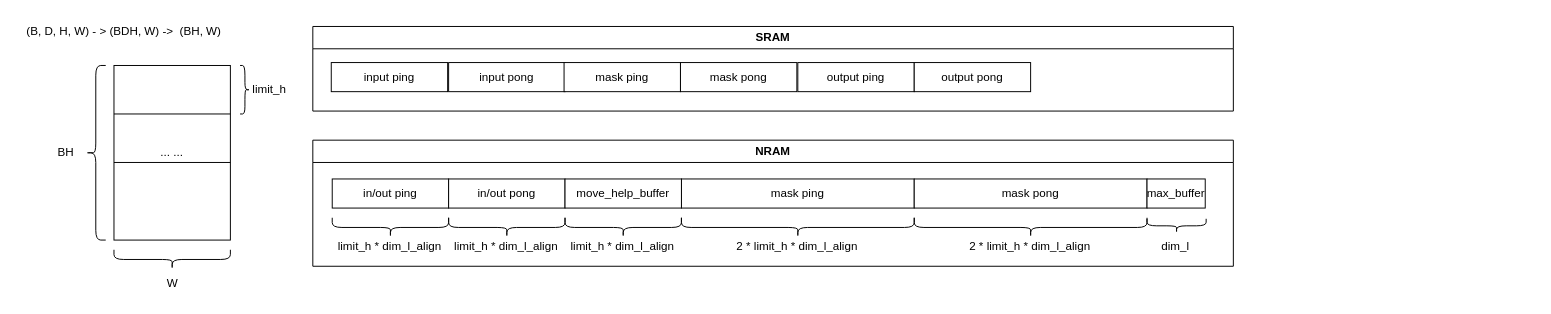
The draw.io diagram softmax_ram.drawio in GuoZhiBin2014/algorithm, before the edit. Source tidied: cells renumbered, new cells numbered last; positions are measured from the earlier drawing's top-left corner, leaving out a move shared by most shapes. Both pictures are drawn from the tidied source at 97%, with x=0, y=0 at pixel (16, 16).
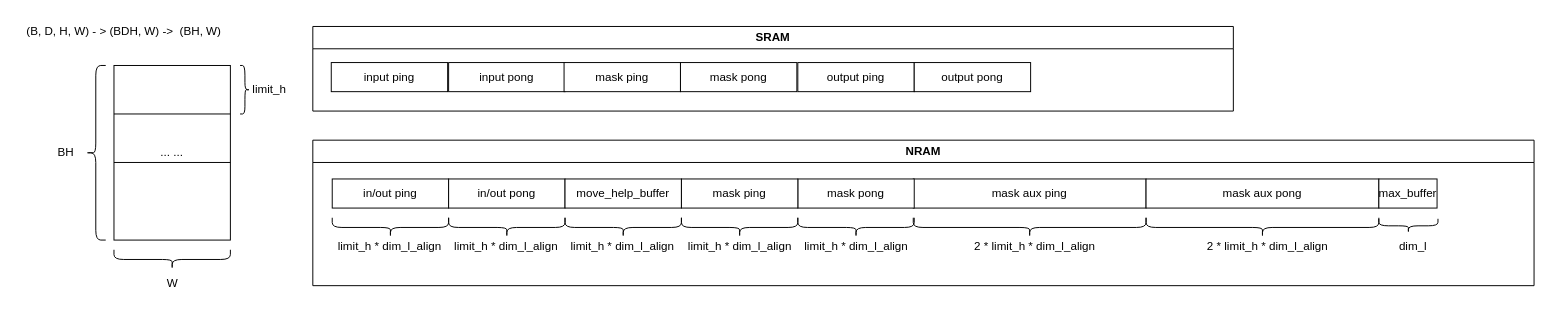
Above is the later version.

Diff of the diagram source:
```diff
@@
-    <mxCell id="4" value="mask ping" style="rounded=0;whiteSpace=wrap;html=1;" parent="1" vertex="1">
-      <mxGeometry x="685" y="167" width="240" height="30" as="geometry" />
+    <mxCell id="4" value="mask aux ping" style="rounded=0;whiteSpace=wrap;html=1;" parent="1" vertex="1">
+      <mxGeometry x="924" y="167" width="240" height="30" as="geometry" />
     </mxCell>
-    <mxCell id="5" value="mask pong" style="rounded=0;whiteSpace=wrap;html=1;" parent="1" vertex="1">
-      <mxGeometry x="925" y="167" width="240" height="30" as="geometry" />
+    <mxCell id="5" value="mask aux pong" style="rounded=0;whiteSpace=wrap;html=1;" parent="1" vertex="1">
+      <mxGeometry x="1164" y="167" width="240" height="30" as="geometry" />
     </mxCell>
@@
     <mxCell id="11" style="shape=curlyBracket;whiteSpace=wrap;html=1;rounded=1;flipH=1;labelPosition=right;verticalLabelPosition=middle;align=left;verticalAlign=middle;rotation=90;" parent="1" vertex="1">
-      <mxGeometry x="795" y="97" width="20" height="240" as="geometry" />
+      <mxGeometry x="1034" y="97" width="20" height="240" as="geometry" />
     </mxCell>
     <mxCell id="12" style="shape=curlyBracket;whiteSpace=wrap;html=1;rounded=1;flipH=1;labelPosition=right;verticalLabelPosition=middle;align=left;verticalAlign=middle;rotation=90;" parent="1" vertex="1">
-      <mxGeometry x="1035" y="97" width="20" height="240" as="geometry" />
+      <mxGeometry x="1274" y="97" width="20" height="240" as="geometry" />
     </mxCell>
@@
-    <mxCell id="25" value="2 * limit_h * dim_l_align" style="text;html=1;align=center;verticalAlign=middle;strokeColor=none;fillColor=none;" parent="1" vertex="1">
-      <mxGeometry x="729" y="222" width="150" height="30" as="geometry" />
-    </mxCell>
-    <mxCell id="26" value="2 * limit_h * dim_l_align" style="text;html=1;align=center;verticalAlign=middle;strokeColor=none;fillColor=none;" parent="1" vertex="1">
-      <mxGeometry x="969" y="222" width="150" height="30" as="geometry" />
-    </mxCell>
     <mxCell id="27" value="max_buffer" style="rounded=0;whiteSpace=wrap;html=1;" parent="1" vertex="1">
-      <mxGeometry x="1165" y="167" width="60" height="30" as="geometry" />
+      <mxGeometry x="1404" y="167" width="60" height="30" as="geometry" />
     </mxCell>
     <mxCell id="28" style="shape=curlyBracket;whiteSpace=wrap;html=1;rounded=1;flipH=1;labelPosition=right;verticalLabelPosition=middle;align=left;verticalAlign=middle;rotation=90;" parent="1" vertex="1">
-      <mxGeometry x="1188.2" y="184.8" width="14.5" height="61" as="geometry" />
+      <mxGeometry x="1427.2" y="184.8" width="14.5" height="61" as="geometry" />
     </mxCell>
-    <mxCell id="29" value="dim_l" style="text;html=1;align=center;verticalAlign=middle;strokeColor=none;fillColor=none;" parent="1" vertex="1">
-      <mxGeometry x="1169" y="222" width="50" height="30" as="geometry" />
-    </mxCell>
@@
     <mxCell id="37" value="NRAM" style="swimlane;whiteSpace=wrap;html=1;" parent="1" vertex="1">
-      <mxGeometry x="305" y="127" width="949" height="130" as="geometry" />
+      <mxGeometry x="305" y="127" width="1259" height="150" as="geometry" />
     </mxCell>
+    <mxCell id="38" value="mask pong" style="rounded=0;whiteSpace=wrap;html=1;" parent="37" vertex="1">
+      <mxGeometry x="500" y="40" width="120" height="30" as="geometry" />
+    </mxCell>
+    <mxCell id="39" value="mask ping" style="rounded=0;whiteSpace=wrap;html=1;" parent="37" vertex="1">
+      <mxGeometry x="380" y="40" width="120" height="30" as="geometry" />
+    </mxCell>
+    <mxCell id="40" style="shape=curlyBracket;whiteSpace=wrap;html=1;rounded=1;flipH=1;labelPosition=right;verticalLabelPosition=middle;align=left;verticalAlign=middle;rotation=90;" parent="37" vertex="1">
+      <mxGeometry x="430" y="30" width="20" height="120" as="geometry" />
+    </mxCell>
+    <mxCell id="41" style="shape=curlyBracket;whiteSpace=wrap;html=1;rounded=1;flipH=1;labelPosition=right;verticalLabelPosition=middle;align=left;verticalAlign=middle;rotation=90;" parent="37" vertex="1">
+      <mxGeometry x="550" y="30" width="20" height="120" as="geometry" />
+    </mxCell>
+    <mxCell id="29" value="dim_l" style="text;html=1;align=center;verticalAlign=middle;strokeColor=none;fillColor=none;" parent="37" vertex="1">
+      <mxGeometry x="1109" y="95" width="50" height="30" as="geometry" />
+    </mxCell>
+    <mxCell id="26" value="2 * limit_h * dim_l_align" style="text;html=1;align=center;verticalAlign=middle;strokeColor=none;fillColor=none;" parent="37" vertex="1">
+      <mxGeometry x="909" y="95" width="150" height="30" as="geometry" />
+    </mxCell>
+    <mxCell id="25" value="2 * limit_h * dim_l_align" style="text;html=1;align=center;verticalAlign=middle;strokeColor=none;fillColor=none;" parent="37" vertex="1">
+      <mxGeometry x="669" y="95" width="150" height="30" as="geometry" />
+    </mxCell>
+    <mxCell id="42" value="limit_h * dim_l_align" style="text;html=1;align=center;verticalAlign=middle;strokeColor=none;fillColor=none;" parent="37" vertex="1">
+      <mxGeometry x="375" y="95" width="130" height="30" as="geometry" />
+    </mxCell>
+    <mxCell id="43" value="limit_h * dim_l_align" style="text;html=1;align=center;verticalAlign=middle;strokeColor=none;fillColor=none;" parent="37" vertex="1">
+      <mxGeometry x="495" y="95" width="130" height="30" as="geometry" />
+    </mxCell>
```
